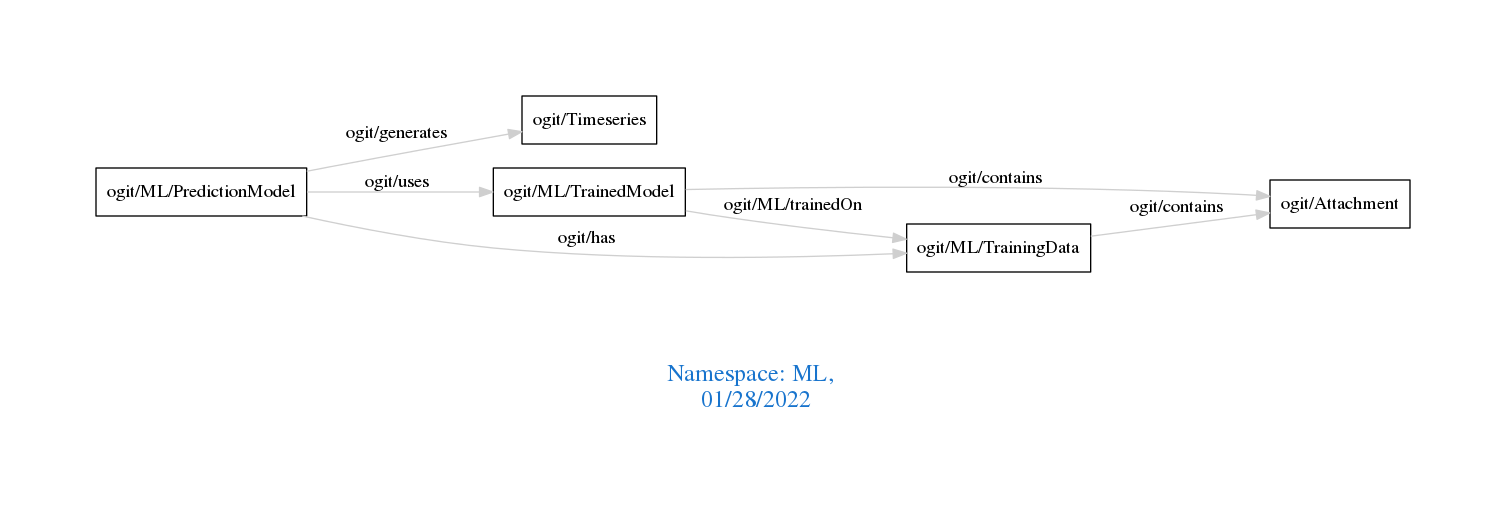
The Graphviz diagram downloads/ML.png in arago/OGIT, before a commit. Its source is kept beside it as downloads/ML.dot.
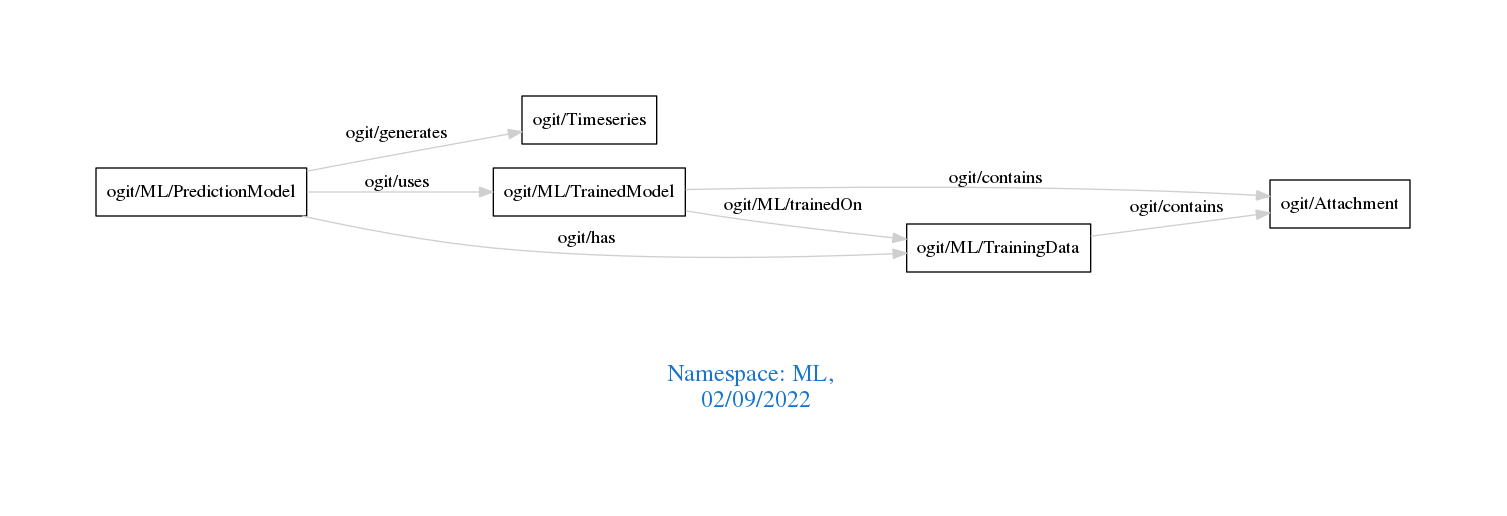
The same diagram one commit later.

Diff of the diagram source:
```diff
@@ -1,7 +1,7 @@
 digraph OGIT_ontology {
  graph [ rankdir= LR,pad=1
 fontsize = 18,
-fontcolor= dodgerblue3,label = "\n\n\nNamespace: ML, \n 01/28/2022"];
+fontcolor= dodgerblue3,label = "\n\n\nNamespace: ML, \n 02/09/2022"];
 node[shape=polygon];
 edge [  color="gray81"];
 
```
